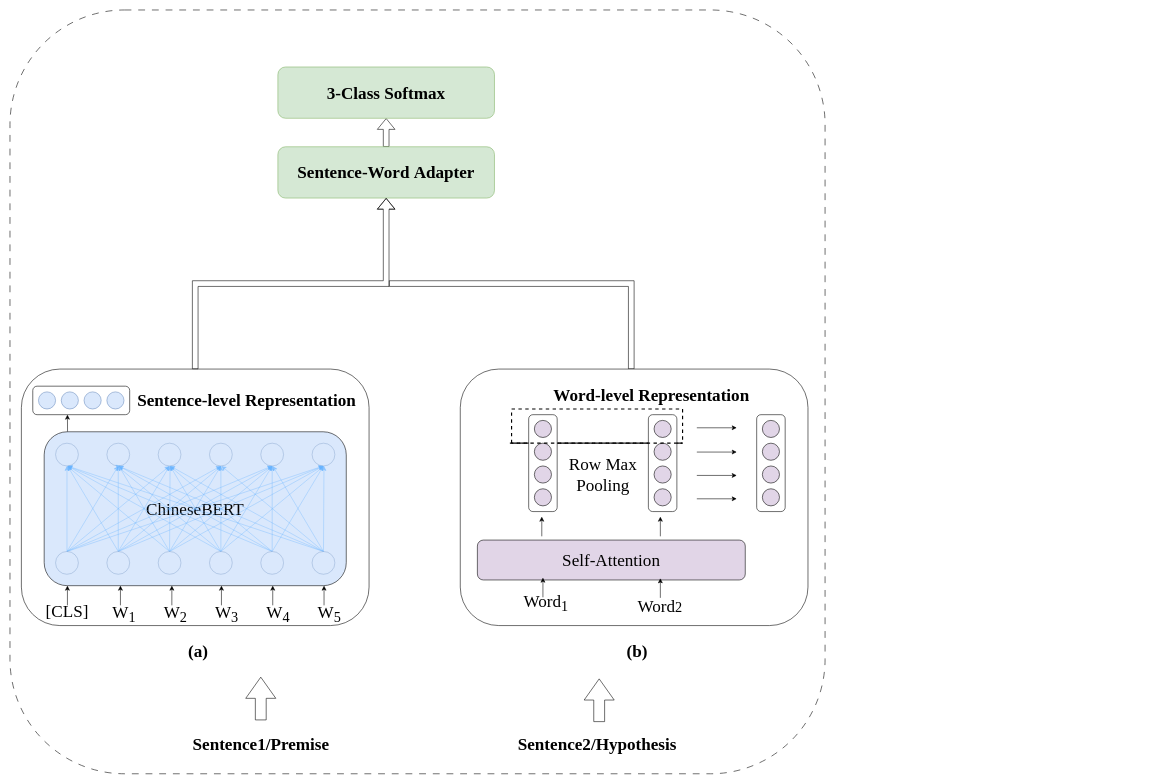
Above: text_match/NLI_method.drawio in lengyueit/paper_pic (draw.io), before the change. Source tidied: cells renumbered, new cells numbered last; positions are measured from the earlier drawing's top-left corner, leaving out a move shared by most shapes. Both pictures are drawn from the tidied source at 57%, with x=0, y=0 at pixel (10, 10).
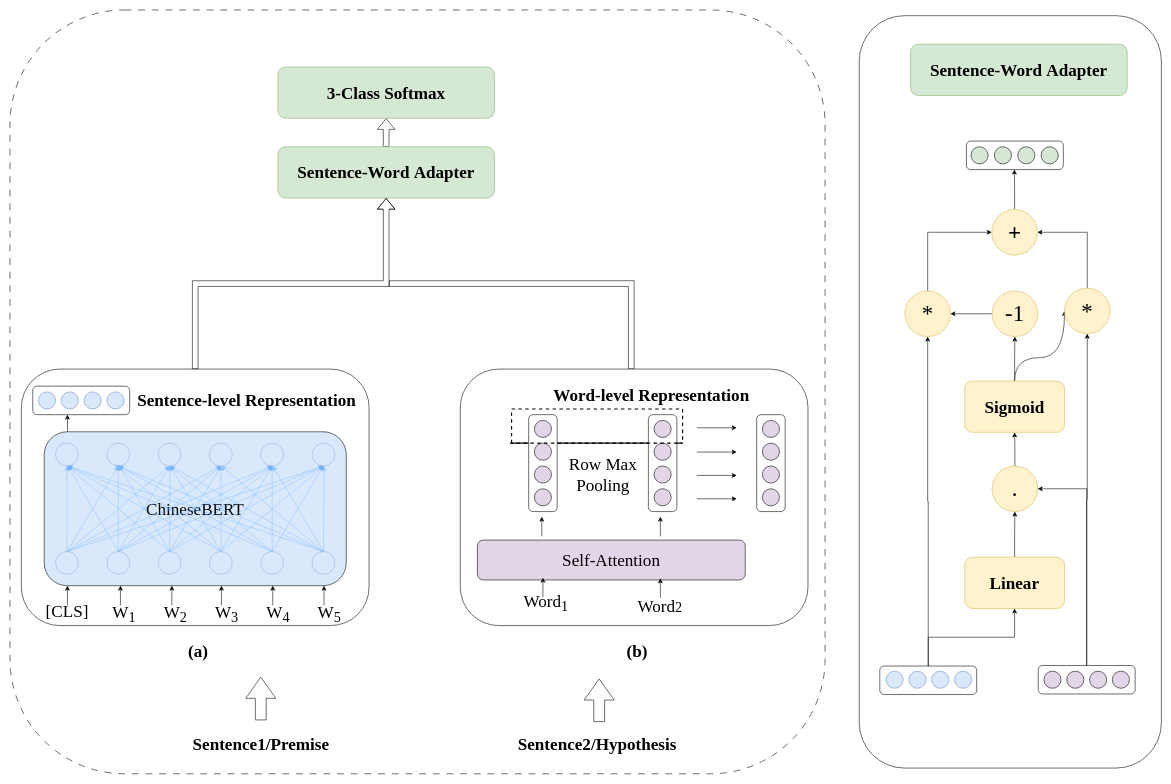
After the change.

Diff of the diagram source:
```diff
@@
+    <mxCell id="115" style="rounded=1;whiteSpace=wrap;html=1;" parent="1" vertex="1">
+      <mxGeometry x="1490" y="10" width="530" height="1320" as="geometry" />
+    </mxCell>
+    <mxCell id="116" value="&lt;font style=&quot;border-color: var(--border-color); font-size: 30px;&quot; face=&quot;Times New Roman&quot;&gt;&lt;b style=&quot;border-color: var(--border-color);&quot;&gt;Sentence-Word&amp;nbsp;&lt;/b&gt;&lt;/font&gt;&lt;font style=&quot;border-color: var(--border-color);&quot; face=&quot;Times New Roman&quot;&gt;&lt;b style=&quot;border-color: var(--border-color); font-size: 30px;&quot;&gt;Adapter&lt;/b&gt;&lt;/font&gt;" style="rounded=1;whiteSpace=wrap;html=1;fillColor=#d5e8d4;strokeColor=#82b366;" parent="1" vertex="1">
+      <mxGeometry x="1580" y="60" width="380" height="90" as="geometry" />
+    </mxCell>
+    <mxCell id="117" style="group;rotation=90;" parent="1" vertex="1">
+      <mxGeometry x="1864" y="1090" width="50" height="170" as="geometry" />
+    </mxCell>
+    <mxCell id="118" style="rounded=1;whiteSpace=wrap;html=1;direction=west;rotation=180;" parent="117" vertex="1">
+      <mxGeometry x="-60" y="60" width="170" height="50" as="geometry" />
+    </mxCell>
+    <mxCell id="119" style="ellipse;whiteSpace=wrap;html=1;fillColor=#e1d5e7;direction=west;rotation=90;" parent="117" vertex="1">
+      <mxGeometry x="70" y="70" width="30" height="30" as="geometry" />
+    </mxCell>
+    <mxCell id="120" style="ellipse;whiteSpace=wrap;html=1;fillColor=#e1d5e7;direction=west;rotation=90;" parent="117" vertex="1">
+      <mxGeometry x="30" y="70" width="30" height="30" as="geometry" />
+    </mxCell>
+    <mxCell id="121" style="ellipse;whiteSpace=wrap;html=1;fillColor=#e1d5e7;direction=west;rotation=90;" parent="117" vertex="1">
+      <mxGeometry x="-10" y="70" width="30" height="30" as="geometry" />
+    </mxCell>
+    <mxCell id="122" style="ellipse;whiteSpace=wrap;html=1;fillColor=#e1d5e7;direction=west;rotation=90;" parent="117" vertex="1">
+      <mxGeometry x="-50" y="70" width="30" height="30" as="geometry" />
+    </mxCell>
+    <mxCell id="123" style="group;" parent="1" vertex="1">
+      <mxGeometry x="1527" y="1151" width="170" height="50" as="geometry" />
+    </mxCell>
+    <mxCell id="124" style="rounded=1;whiteSpace=wrap;html=1;" parent="123" vertex="1">
+      <mxGeometry x="-1" width="170" height="50" as="geometry" />
+    </mxCell>
+    <mxCell id="125" style="ellipse;whiteSpace=wrap;html=1;fillColor=#dae8fc;strokeColor=#6c8ebf;" parent="123" vertex="1">
+      <mxGeometry x="10" y="9" width="30" height="30" as="geometry" />
+    </mxCell>
+    <mxCell id="126" style="ellipse;whiteSpace=wrap;html=1;fillColor=#dae8fc;strokeColor=#6c8ebf;" parent="123" vertex="1">
+      <mxGeometry x="50" y="9" width="30" height="30" as="geometry" />
+    </mxCell>
+    <mxCell id="127" style="ellipse;whiteSpace=wrap;html=1;fillColor=#dae8fc;strokeColor=#6c8ebf;" parent="123" vertex="1">
+      <mxGeometry x="130" y="9" width="30" height="30" as="geometry" />
+    </mxCell>
+    <mxCell id="128" style="ellipse;whiteSpace=wrap;html=1;fillColor=#dae8fc;strokeColor=#6c8ebf;" parent="123" vertex="1">
+      <mxGeometry x="90" y="9" width="30" height="30" as="geometry" />
+    </mxCell>
+    <mxCell id="129" style="edgeStyle=orthogonalEdgeStyle;rounded=0;jettySize=auto;html=1;exitX=0.5;exitY=0;exitDx=0;exitDy=0;" parent="1" edge="1" source="130" target="141">
+      <mxGeometry relative="1" as="geometry" />
+    </mxCell>
+    <mxCell id="130" value="&lt;font face=&quot;Times New Roman&quot;&gt;&lt;span style=&quot;font-size: 30px;&quot;&gt;&lt;b&gt;Linear&lt;/b&gt;&lt;/span&gt;&lt;/font&gt;" style="rounded=1;whiteSpace=wrap;html=1;fillColor=#fff2cc;strokeColor=#d6b656;" parent="1" vertex="1">
+      <mxGeometry x="1675" y="960" width="175" height="90" as="geometry" />
+    </mxCell>
+    <mxCell id="131" style="edgeStyle=orthogonalEdgeStyle;rounded=0;jettySize=auto;html=1;exitX=0.5;exitY=0;exitDx=0;exitDy=0;entryX=0.5;entryY=1;entryDx=0;entryDy=0;" parent="1" edge="1" source="133" target="147">
+      <mxGeometry relative="1" as="geometry" />
+    </mxCell>
+    <mxCell id="132" style="rounded=0;jettySize=auto;html=1;exitX=0.5;exitY=0;exitDx=0;exitDy=0;entryX=0;entryY=0.5;entryDx=0;entryDy=0;edgeStyle=orthogonalEdgeStyle;curved=1;" parent="1" edge="1" source="133" target="139">
+      <mxGeometry relative="1" as="geometry">
+        <Array as="points">
+          <mxPoint x="1763" y="610" />
+          <mxPoint x="1850" y="610" />
+        </Array>
+      </mxGeometry>
+    </mxCell>
+    <mxCell id="133" value="&lt;font face=&quot;Times New Roman&quot;&gt;&lt;span style=&quot;font-size: 30px;&quot;&gt;&lt;b&gt;Sigmoid&lt;/b&gt;&lt;/span&gt;&lt;/font&gt;" style="rounded=1;whiteSpace=wrap;html=1;fillColor=#fff2cc;strokeColor=#d6b656;" parent="1" vertex="1">
+      <mxGeometry x="1675" y="651" width="175" height="90" as="geometry" />
+    </mxCell>
+    <mxCell id="134" style="edgeStyle=orthogonalEdgeStyle;rounded=0;jettySize=auto;html=1;exitX=0.5;exitY=0;exitDx=0;exitDy=0;entryX=0;entryY=0.5;entryDx=0;entryDy=0;" parent="1" edge="1" source="135" target="137">
+      <mxGeometry relative="1" as="geometry" />
+    </mxCell>
+    <mxCell id="135" value="*" style="ellipse;whiteSpace=wrap;html=1;fillColor=#fff2cc;strokeColor=#d6b656;fontFamily=Times New Roman;fontSize=40;" parent="1" vertex="1">
+      <mxGeometry x="1570" y="493" width="80" height="80" as="geometry" />
+    </mxCell>
+    <mxCell id="136" style="edgeStyle=orthogonalEdgeStyle;rounded=0;jettySize=auto;html=1;exitX=0.5;exitY=0;exitDx=0;exitDy=0;" parent="1" edge="1" source="137">
+      <mxGeometry relative="1" as="geometry">
+        <mxPoint x="1762.1" y="280" as="targetPoint" />
+      </mxGeometry>
+    </mxCell>
+    <mxCell id="137" value="+" style="ellipse;whiteSpace=wrap;html=1;fillColor=#fff2cc;strokeColor=#d6b656;fontFamily=Times New Roman;fontSize=40;fontStyle=1;" parent="1" vertex="1">
+      <mxGeometry x="1722.5" y="350" width="80" height="80" as="geometry" />
+    </mxCell>
+    <mxCell id="138" style="edgeStyle=orthogonalEdgeStyle;rounded=0;jettySize=auto;html=1;exitX=0.5;exitY=0;exitDx=0;exitDy=0;entryX=1;entryY=0.5;entryDx=0;entryDy=0;" parent="1" edge="1" source="139" target="137">
+      <mxGeometry relative="1" as="geometry" />
+    </mxCell>
+    <mxCell id="139" value="*" style="ellipse;whiteSpace=wrap;html=1;fillColor=#fff2cc;strokeColor=#d6b656;fontFamily=Times New Roman;fontSize=40;" parent="1" vertex="1">
+      <mxGeometry x="1850" y="488" width="80" height="80" as="geometry" />
+    </mxCell>
+    <mxCell id="140" style="edgeStyle=orthogonalEdgeStyle;rounded=0;jettySize=auto;html=1;exitX=0.5;exitY=0;exitDx=0;exitDy=0;" parent="1" edge="1" source="141" target="133">
+      <mxGeometry relative="1" as="geometry" />
+    </mxCell>
+    <mxCell id="141" value="." style="ellipse;whiteSpace=wrap;html=1;fillColor=#fff2cc;strokeColor=#d6b656;fontFamily=Times New Roman;fontSize=40;" parent="1" vertex="1">
+      <mxGeometry x="1723" y="800" width="80" height="80" as="geometry" />
+    </mxCell>
+    <mxCell id="142" style="edgeStyle=orthogonalEdgeStyle;rounded=0;jettySize=auto;html=1;exitX=0.5;exitY=0;exitDx=0;exitDy=0;entryX=0.5;entryY=1;entryDx=0;entryDy=0;" parent="1" edge="1" source="124" target="135">
+      <mxGeometry relative="1" as="geometry" />
+    </mxCell>
+    <mxCell id="143" style="edgeStyle=orthogonalEdgeStyle;rounded=0;jettySize=auto;html=1;exitX=0.5;exitY=0;exitDx=0;exitDy=0;entryX=0.5;entryY=1;entryDx=0;entryDy=0;" parent="1" edge="1" source="118" target="139">
+      <mxGeometry relative="1" as="geometry" />
+    </mxCell>
+    <mxCell id="144" style="edgeStyle=orthogonalEdgeStyle;rounded=0;jettySize=auto;html=1;exitX=0.5;exitY=0;exitDx=0;exitDy=0;entryX=0.5;entryY=1;entryDx=0;entryDy=0;" parent="1" edge="1" source="124" target="130">
+      <mxGeometry relative="1" as="geometry" />
+    </mxCell>
+    <mxCell id="145" style="edgeStyle=orthogonalEdgeStyle;rounded=0;jettySize=auto;html=1;exitX=0.5;exitY=0;exitDx=0;exitDy=0;entryX=1;entryY=0.5;entryDx=0;entryDy=0;" parent="1" edge="1" source="118" target="141">
+      <mxGeometry relative="1" as="geometry" />
+    </mxCell>
+    <mxCell id="146" style="edgeStyle=orthogonalEdgeStyle;rounded=0;jettySize=auto;html=1;exitX=0;exitY=0.5;exitDx=0;exitDy=0;entryX=1;entryY=0.5;entryDx=0;entryDy=0;" parent="1" edge="1" source="147" target="135">
+      <mxGeometry relative="1" as="geometry" />
+    </mxCell>
+    <mxCell id="147" value="-1" style="ellipse;whiteSpace=wrap;html=1;fillColor=#fff2cc;strokeColor=#d6b656;fontFamily=Times New Roman;fontSize=40;" parent="1" vertex="1">
+      <mxGeometry x="1723" y="493" width="80" height="80" as="geometry" />
+    </mxCell>
+    <mxCell id="148" style="group;rotation=90;" parent="1" vertex="1">
+      <mxGeometry x="1738" y="170" width="50" height="170" as="geometry" />
+    </mxCell>
+    <mxCell id="149" style="group;rotation=90;" parent="148" vertex="1">
+      <mxGeometry width="50" height="170" as="geometry" />
+    </mxCell>
+    <mxCell id="150" style="rounded=1;whiteSpace=wrap;html=1;direction=west;rotation=180;" parent="149" vertex="1">
+      <mxGeometry x="-60" y="60" width="170" height="50" as="geometry" />
+    </mxCell>
+    <mxCell id="151" style="ellipse;whiteSpace=wrap;html=1;fillColor=#d6e8d5;direction=west;rotation=90;" parent="149" vertex="1">
+      <mxGeometry x="71" y="70" width="30" height="30" as="geometry" />
+    </mxCell>
+    <mxCell id="152" style="ellipse;whiteSpace=wrap;html=1;fillColor=#d6e8d5;direction=west;rotation=90;" parent="149" vertex="1">
+      <mxGeometry x="30" y="70" width="30" height="30" as="geometry" />
+    </mxCell>
+    <mxCell id="153" style="ellipse;whiteSpace=wrap;html=1;fillColor=#d6e8d5;direction=west;rotation=90;" parent="149" vertex="1">
+      <mxGeometry x="-11" y="70" width="30" height="30" as="geometry" />
+    </mxCell>
+    <mxCell id="154" style="ellipse;whiteSpace=wrap;html=1;fillColor=#d6e8d5;direction=west;rotation=90;" parent="149" vertex="1">
+      <mxGeometry x="-52" y="70" width="30" height="30" as="geometry" />
+    </mxCell>
```
